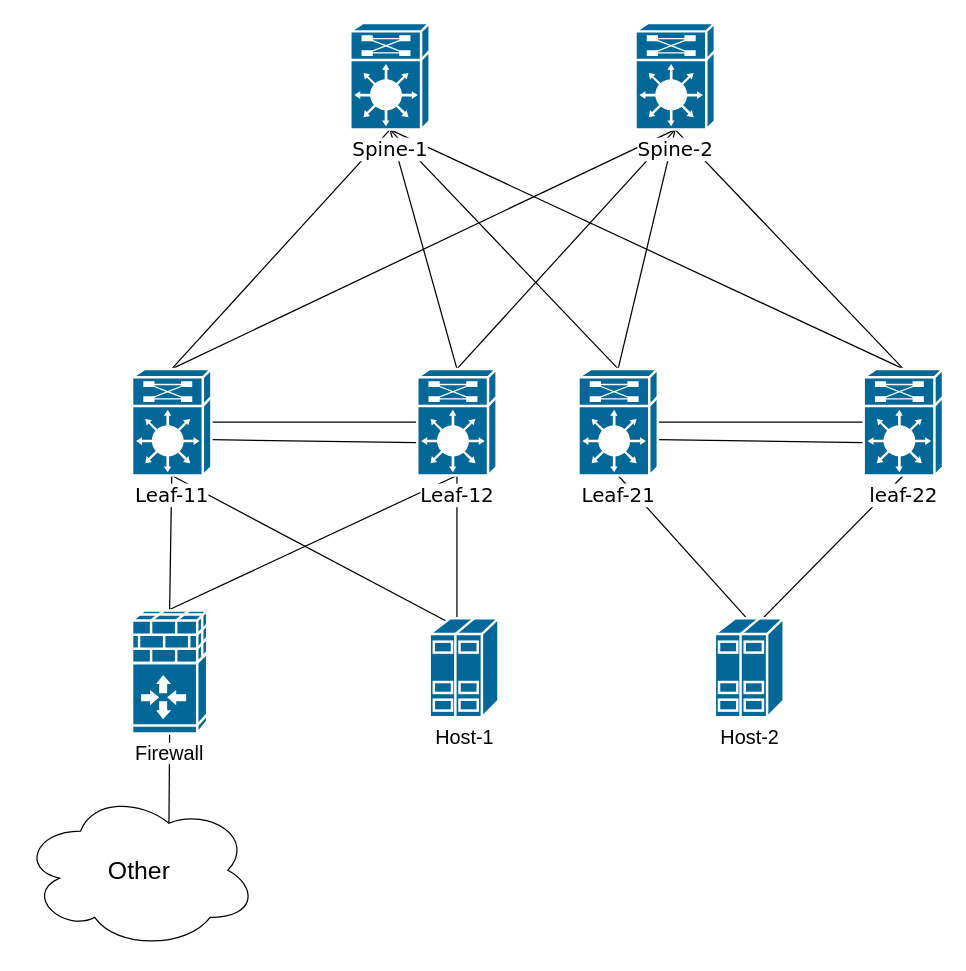
This is img/Untitled Diagram.drawio from Santa42/VxLAN_EVPN, a draw.io file, before an edit. Source tidied: cells renumbered, new cells numbered last; positions are measured from the earlier drawing's top-left corner, leaving out a move shared by most shapes. Both pictures are drawn from the tidied source at 124%, with x=0, y=0 at pixel (21, 22).
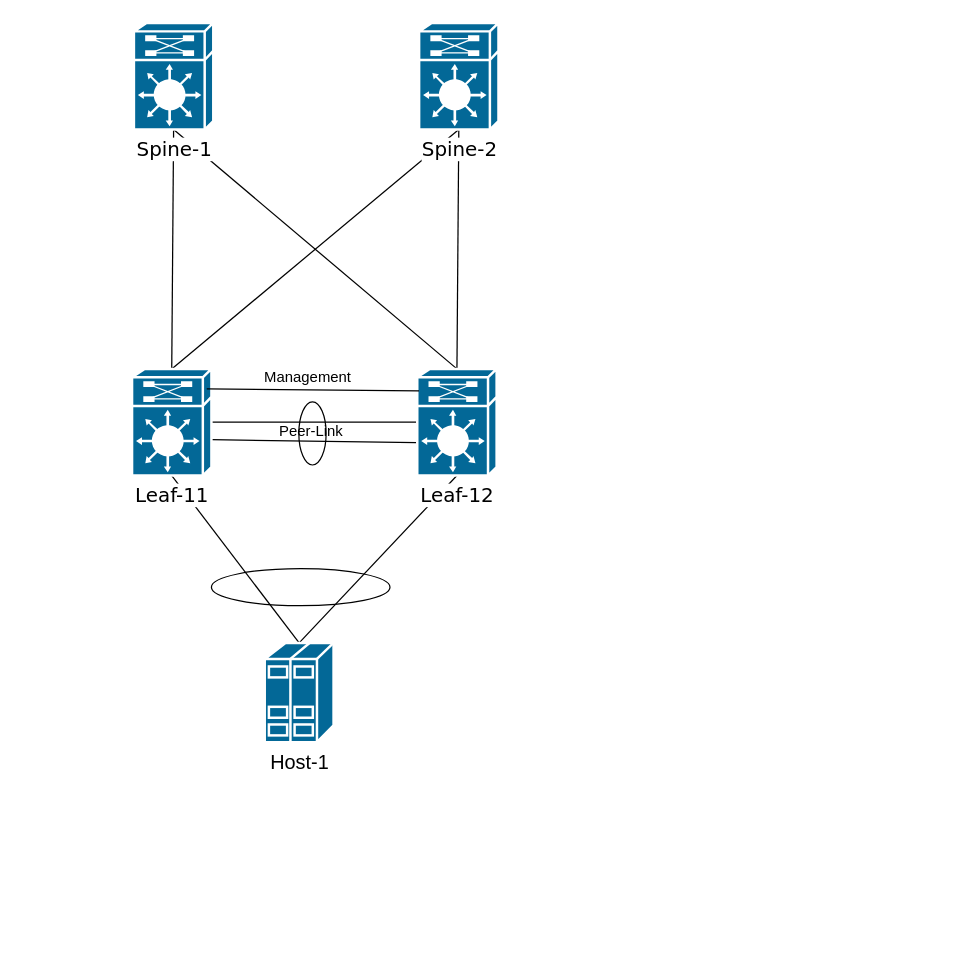
The same diagram, later.

The change refers to these unchanged cells:
```xml
<mxCell id="26" value="&lt;font style=&quot;font-size: 16px ; background-color: rgb(255 , 255 , 255)&quot;&gt;Leaf-12&lt;/font&gt;" style="shape=mxgraph.cisco.misc.route_switch_processor;html=1;dashed=0;fillColor=#036897;strokeColor=#ffffff;strokeWidth=2;verticalLabelPosition=bottom;verticalAlign=top;rounded=0;shadow=0;comic=0;fontFamily=Verdana;fontSize=12;" parent="1" vertex="1">
  <mxGeometry x="319" y="279" width="64" height="86" as="geometry" />
</mxCell>
<mxCell id="27" value="&lt;font style=&quot;font-size: 16px ; background-color: rgb(255 , 255 , 255)&quot;&gt;Leaf-11&lt;/font&gt;" style="shape=mxgraph.cisco.misc.route_switch_processor;html=1;dashed=0;fillColor=#036897;strokeColor=#ffffff;strokeWidth=2;verticalLabelPosition=bottom;verticalAlign=top;rounded=0;shadow=0;comic=0;fontFamily=Verdana;fontSize=12;" parent="1" vertex="1">
  <mxGeometry x="89" y="279" width="64" height="86" as="geometry" />
</mxCell>
```

The edit, as a diff of the source:
```diff
@@
+    <mxCell id="31" style="ellipse;whiteSpace=wrap;html=1;rotation=90;" parent="1" vertex="1">
+      <mxGeometry x="209" y="320" width="51" height="22" as="geometry" />
+    </mxCell>
+    <mxCell id="32" style="ellipse;whiteSpace=wrap;html=1;" parent="1" vertex="1">
+      <mxGeometry x="153" y="440" width="144" height="30" as="geometry" />
+    </mxCell>
@@
-    <mxCell id="8" style="endArrow=none;html=1;entryX=0.5;entryY=1;entryDx=0;entryDy=0;entryPerimeter=0;exitX=0.5;exitY=0;exitDx=0;exitDy=0;exitPerimeter=0;" parent="1" edge="1" source="30" target="26">
-      <mxGeometry relative="1" as="geometry" />
-    </mxCell>
-    <mxCell id="9" style="endArrow=none;html=1;entryX=0.5;entryY=1;entryDx=0;entryDy=0;entryPerimeter=0;exitX=0.5;exitY=0;exitDx=0;exitDy=0;exitPerimeter=0;" parent="1" edge="1" source="30" target="27">
-      <mxGeometry relative="1" as="geometry" />
-    </mxCell>
-    <mxCell id="10" style="endArrow=none;html=1;entryX=1;entryY=0.5;entryDx=0;entryDy=0;entryPerimeter=0;exitX=0;exitY=0.5;exitDx=0;exitDy=0;exitPerimeter=0;" parent="1" edge="1" source="24" target="25">
-      <mxGeometry relative="1" as="geometry" />
-    </mxCell>
-    <mxCell id="11" style="endArrow=none;html=1;entryX=-0.007;entryY=0.691;entryDx=0;entryDy=0;entryPerimeter=0;exitX=0.998;exitY=0.664;exitDx=0;exitDy=0;exitPerimeter=0;" parent="1" edge="1" source="25" target="24">
-      <mxGeometry relative="1" as="geometry" />
-    </mxCell>
-    <mxCell id="12" style="endArrow=none;html=1;entryX=0.5;entryY=1;entryDx=0;entryDy=0;entryPerimeter=0;exitX=0.5;exitY=0;exitDx=0;exitDy=0;exitPerimeter=0;" parent="1" edge="1" target="24">
-      <mxGeometry relative="1" as="geometry">
-        <mxPoint x="591" y="487" as="sourcePoint" />
-      </mxGeometry>
-    </mxCell>
-    <mxCell id="13" style="endArrow=none;html=1;entryX=0.5;entryY=1;entryDx=0;entryDy=0;entryPerimeter=0;exitX=0.5;exitY=0;exitDx=0;exitDy=0;exitPerimeter=0;" parent="1" edge="1" target="25">
-      <mxGeometry relative="1" as="geometry">
-        <mxPoint x="591" y="487" as="sourcePoint" />
-      </mxGeometry>
-    </mxCell>
-    <mxCell id="14" style="endArrow=none;html=1;entryX=0.5;entryY=1;entryDx=0;entryDy=0;entryPerimeter=0;exitX=0.5;exitY=0;exitDx=0;exitDy=0;exitPerimeter=0;" parent="1" edge="1" source="25" target="23">
-      <mxGeometry relative="1" as="geometry" />
-    </mxCell>
-    <mxCell id="15" style="endArrow=none;html=1;entryX=0.5;entryY=1;entryDx=0;entryDy=0;entryPerimeter=0;exitX=0.5;exitY=0;exitDx=0;exitDy=0;exitPerimeter=0;" parent="1" edge="1" source="24" target="23">
-      <mxGeometry relative="1" as="geometry" />
-    </mxCell>
-    <mxCell id="16" style="endArrow=none;html=1;entryX=0.5;entryY=1;entryDx=0;entryDy=0;entryPerimeter=0;exitX=0.5;exitY=0;exitDx=0;exitDy=0;exitPerimeter=0;" parent="1" edge="1" source="25" target="22">
-      <mxGeometry relative="1" as="geometry" />
-    </mxCell>
-    <mxCell id="17" style="endArrow=none;html=1;entryX=0.5;entryY=1;entryDx=0;entryDy=0;entryPerimeter=0;exitX=0.5;exitY=0;exitDx=0;exitDy=0;exitPerimeter=0;" parent="1" edge="1" source="24" target="22">
-      <mxGeometry relative="1" as="geometry" />
-    </mxCell>
-    <mxCell id="18" style="endArrow=none;html=1;entryX=0.5;entryY=1;entryDx=0;entryDy=0;entryPerimeter=0;exitX=0.5;exitY=0;exitDx=0;exitDy=0;exitPerimeter=0;" parent="1" edge="1" target="27">
-      <mxGeometry relative="1" as="geometry">
-        <mxPoint x="351" y="487" as="sourcePoint" />
-      </mxGeometry>
+    <mxCell id="18" style="endArrow=none;html=1;entryX=0.5;entryY=1;entryDx=0;entryDy=0;entryPerimeter=0;exitX=0.5;exitY=0;exitDx=0;exitDy=0;exitPerimeter=0;" parent="1" edge="1" source="20" target="27">
+      <mxGeometry relative="1" as="geometry" />
     </mxCell>
-    <mxCell id="19" style="endArrow=none;html=1;entryX=0.5;entryY=1;entryDx=0;entryDy=0;entryPerimeter=0;exitX=0.5;exitY=0;exitDx=0;exitDy=0;exitPerimeter=0;" parent="1" edge="1" target="26">
-      <mxGeometry relative="1" as="geometry">
-        <mxPoint x="351" y="487" as="sourcePoint" />
-      </mxGeometry>
+    <mxCell id="19" style="endArrow=none;html=1;entryX=0.5;entryY=1;entryDx=0;entryDy=0;entryPerimeter=0;exitX=0.5;exitY=0;exitDx=0;exitDy=0;exitPerimeter=0;" parent="1" edge="1" source="20" target="26">
+      <mxGeometry relative="1" as="geometry" />
     </mxCell>
     <mxCell id="20" value="&lt;font style=&quot;font-size: 16px ; background-color: rgb(255 , 255 , 255)&quot;&gt;Host-1&lt;/font&gt;" style="shape=mxgraph.cisco.servers.standard_host;html=1;dashed=0;fillColor=#036897;strokeColor=#ffffff;strokeWidth=2;verticalLabelPosition=bottom;verticalAlign=top;align=center;outlineConnect=0;" parent="1" vertex="1">
-      <mxGeometry x="329" y="480" width="55.5" height="80" as="geometry" />
+      <mxGeometry x="196" y="500" width="55.5" height="80" as="geometry" />
     </mxCell>
-    <mxCell id="21" value="&lt;font style=&quot;font-size: 16px ; background-color: rgb(255 , 255 , 255)&quot;&gt;Host-2&lt;/font&gt;" style="shape=mxgraph.cisco.servers.standard_host;html=1;dashed=0;fillColor=#036897;strokeColor=#ffffff;strokeWidth=2;verticalLabelPosition=bottom;verticalAlign=top;align=center;" parent="1" vertex="1">
-      <mxGeometry x="559" y="480" width="55.5" height="80" as="geometry" />
-    </mxCell>
     <mxCell id="22" value="&lt;font style=&quot;font-size: 16px ; background-color: rgb(255 , 255 , 255)&quot;&gt;Spine-2&lt;/font&gt;" style="shape=mxgraph.cisco.misc.route_switch_processor;html=1;dashed=0;fillColor=#036897;strokeColor=#ffffff;strokeWidth=2;verticalLabelPosition=bottom;verticalAlign=top;rounded=0;shadow=0;comic=0;fontFamily=Verdana;fontSize=12;" parent="1" vertex="1">
-      <mxGeometry x="495" width="64" height="86" as="geometry" />
+      <mxGeometry x="320.5" width="64" height="86" as="geometry" />
     </mxCell>
     <mxCell id="23" value="&lt;font style=&quot;font-size: 16px ; background-color: rgb(255 , 255 , 255)&quot;&gt;Spine-1&lt;/font&gt;" style="shape=mxgraph.cisco.misc.route_switch_processor;html=1;dashed=0;fillColor=#036897;strokeColor=#ffffff;strokeWidth=2;verticalLabelPosition=bottom;verticalAlign=top;rounded=0;shadow=0;comic=0;fontFamily=Verdana;fontSize=12;" parent="1" vertex="1">
-      <mxGeometry x="265" width="64" height="86" as="geometry" />
+      <mxGeometry x="90.5" width="64" height="86" as="geometry" />
     </mxCell>
-    <mxCell id="24" value="&lt;font style=&quot;font-size: 16px ; background-color: rgb(255 , 255 , 255)&quot;&gt;leaf-22&lt;/font&gt;" style="shape=mxgraph.cisco.misc.route_switch_processor;html=1;dashed=0;fillColor=#036897;strokeColor=#ffffff;strokeWidth=2;verticalLabelPosition=bottom;verticalAlign=top;rounded=0;shadow=0;comic=0;fontFamily=Verdana;fontSize=12;" parent="1" vertex="1">
-      <mxGeometry x="679" y="279" width="64" height="86" as="geometry" />
-    </mxCell>
-    <mxCell id="25" value="&lt;font style=&quot;font-size: 16px ; background-color: rgb(255 , 255 , 255)&quot;&gt;Leaf-21&lt;/font&gt;" style="shape=mxgraph.cisco.misc.route_switch_processor;html=1;dashed=0;fillColor=#036897;strokeColor=#ffffff;strokeWidth=2;verticalLabelPosition=bottom;verticalAlign=top;rounded=0;shadow=0;comic=0;fontFamily=Verdana;fontSize=12;" parent="1" vertex="1">
-      <mxGeometry x="449" y="279" width="64" height="86" as="geometry" />
-    </mxCell>
@@
-    <mxCell id="28" value="&lt;font style=&quot;font-size: 20px&quot;&gt;Other&lt;/font&gt;" style="ellipse;shape=cloud;whiteSpace=wrap;html=1;" parent="1" vertex="1">
-      <mxGeometry y="620" width="190" height="126.7" as="geometry" />
-    </mxCell>
-    <mxCell id="29" style="endArrow=none;html=1;entryX=0.5;entryY=1;entryDx=0;entryDy=0;entryPerimeter=0;exitX=0.625;exitY=0.2;exitDx=0;exitDy=0;exitPerimeter=0;" parent="1" edge="1" source="28" target="30">
-      <mxGeometry relative="1" as="geometry" />
-    </mxCell>
-    <mxCell id="30" value="&lt;font style=&quot;font-size: 16px ; background-color: rgb(255 , 255 , 255)&quot;&gt;Firewall&lt;/font&gt;" style="shape=mxgraph.cisco.security.ios_firewall;html=1;dashed=0;fillColor=#036897;strokeColor=#ffffff;strokeWidth=2;verticalLabelPosition=bottom;verticalAlign=top;align=center;outlineConnect=0;" parent="1" vertex="1">
-      <mxGeometry x="89" y="473" width="60.6" height="100" as="geometry" />
-    </mxCell>
+    <mxCell id="33" style="endArrow=none;html=1;entryX=0.022;entryY=0.207;entryDx=0;entryDy=0;entryPerimeter=0;exitX=0.941;exitY=0.188;exitDx=0;exitDy=0;exitPerimeter=0;" parent="1" edge="1" source="27" target="26">
+      <mxGeometry relative="1" as="geometry" />
+    </mxCell>
+    <mxCell id="34" value="Peer-Link" style="text;html=1;align=left;verticalAlign=top;spacingTop=-4;" parent="1" vertex="1">
+      <mxGeometry x="206" y="320" width="70" height="20" as="geometry" />
+    </mxCell>
+    <mxCell id="35" value="Management" style="text;html=1;align=left;verticalAlign=top;spacingTop=-4;" parent="1" vertex="1">
+      <mxGeometry x="194" y="276" width="90" height="20" as="geometry" />
+    </mxCell>
```
